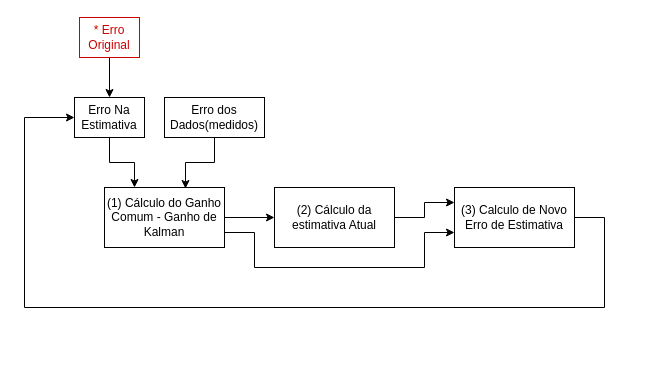
EngTarcisioSm/Kalman_Filter keeps this draw.io diagram as page "Diagrama" (1 of 3) of drawio/kalman_diagrama.drawio. Above is the earlier version. Source tidied: cells renumbered, new cells numbered last; positions are measured from the earlier drawing's top-left corner, leaving out a move shared by most shapes. Both pictures are drawn from the tidied source at 100%, with x=0, y=0 at pixel (24, 17).
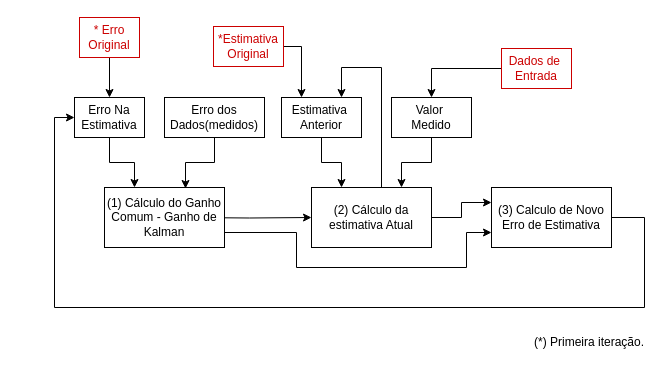
The same page after the edit.

The change refers to these unchanged cells:
```xml
<mxCell id="4" value="&lt;span&gt;(1) Cálculo do Ganho Comum - Ganho de Kalman&lt;/span&gt;" style="rounded=0;whiteSpace=wrap;html=1;" parent="1" vertex="1">
  <mxGeometry x="80" y="170" width="120" height="60" as="geometry" />
</mxCell>
<mxCell id="10" value="Erro Na Estimativa" style="rounded=0;whiteSpace=wrap;html=1;" parent="1" vertex="1">
  <mxGeometry x="50" y="80" width="70" height="40" as="geometry" />
</mxCell>
```

The edit, as a diff of the source:
```diff
@@
-    <mxCell id="2" style="edgeStyle=orthogonalEdgeStyle;rounded=0;jettySize=auto;html=1;entryX=0;entryY=0.5;entryDx=0;entryDy=0;" parent="1" edge="1" source="4" target="6">
-      <mxGeometry relative="1" as="geometry" />
+    <mxCell id="2" style="edgeStyle=orthogonalEdgeStyle;rounded=0;jettySize=auto;html=1;entryX=0;entryY=0.5;entryDx=0;entryDy=0;" parent="1" edge="1" target="6">
+      <mxGeometry relative="1" as="geometry">
+        <mxPoint x="162" y="200" as="sourcePoint" />
+      </mxGeometry>
     </mxCell>
-    <mxCell id="3" style="edgeStyle=orthogonalEdgeStyle;rounded=0;jettySize=auto;html=1;exitX=1;exitY=0.75;exitDx=0;exitDy=0;entryX=0;entryY=0.75;entryDx=0;entryDy=0;" parent="1" edge="1" source="4" target="8">
+    <mxCell id="3" style="edgeStyle=orthogonalEdgeStyle;rounded=0;jettySize=auto;html=1;exitX=1;exitY=0.75;exitDx=0;exitDy=0;entryX=0;entryY=0.75;entryDx=0;entryDy=0;" parent="1" edge="1" target="8">
       <mxGeometry relative="1" as="geometry">
+        <mxPoint x="162" y="215" as="sourcePoint" />
         <Array as="points">
-          <mxPoint x="230" y="215" />
-          <mxPoint x="230" y="250" />
-          <mxPoint x="400" y="250" />
-          <mxPoint x="400" y="215" />
+          <mxPoint x="272" y="215" />
+          <mxPoint x="272" y="250" />
+          <mxPoint x="442" y="250" />
+          <mxPoint x="442" y="215" />
         </Array>
       </mxGeometry>
     </mxCell>
@@
+    <mxCell id="15" style="edgeStyle=orthogonalEdgeStyle;rounded=0;jettySize=auto;html=1;entryX=0.75;entryY=0;entryDx=0;entryDy=0;" parent="1" edge="1" source="6" target="17">
+      <mxGeometry relative="1" as="geometry">
+        <Array as="points">
+          <mxPoint x="357" y="50" />
+          <mxPoint x="317" y="50" />
+        </Array>
+      </mxGeometry>
+    </mxCell>
     <mxCell id="6" value="(2) Cálculo da estimativa Atual" style="rounded=0;whiteSpace=wrap;html=1;" parent="1" vertex="1">
-      <mxGeometry x="250" y="170" width="120" height="60" as="geometry" />
+      <mxGeometry x="287" y="170" width="120" height="60" as="geometry" />
     </mxCell>
     <mxCell id="7" style="edgeStyle=orthogonalEdgeStyle;rounded=0;jettySize=auto;html=1;entryX=0;entryY=0.5;entryDx=0;entryDy=0;fontColor=#CC0000;" parent="1" edge="1" source="8" target="10">
       <mxGeometry relative="1" as="geometry">
         <Array as="points">
-          <mxPoint x="580" y="200" />
-          <mxPoint x="580" y="290" />
-          <mxPoint y="290" />
-          <mxPoint y="100" />
+          <mxPoint x="620" y="200" />
+          <mxPoint x="620" y="290" />
+          <mxPoint x="30" y="290" />
+          <mxPoint x="30" y="100" />
         </Array>
       </mxGeometry>
     </mxCell>
     <mxCell id="8" value="(3) Calculo de Novo Erro de Estimativa" style="rounded=0;whiteSpace=wrap;html=1;" parent="1" vertex="1">
-      <mxGeometry x="430" y="170" width="120" height="60" as="geometry" />
+      <mxGeometry x="467" y="170" width="120" height="60" as="geometry" />
     </mxCell>
@@
+    <mxCell id="16" style="edgeStyle=orthogonalEdgeStyle;rounded=0;jettySize=auto;html=1;entryX=0.25;entryY=0;entryDx=0;entryDy=0;" parent="1" edge="1" source="17" target="6">
+      <mxGeometry relative="1" as="geometry" />
+    </mxCell>
+    <mxCell id="17" value="Estimativa&amp;nbsp;&lt;br&gt;Anterior" style="rounded=0;whiteSpace=wrap;html=1;" parent="1" vertex="1">
+      <mxGeometry x="257" y="80" width="80" height="40" as="geometry" />
+    </mxCell>
+    <mxCell id="18" style="edgeStyle=orthogonalEdgeStyle;rounded=0;jettySize=auto;html=1;entryX=0.25;entryY=0;entryDx=0;entryDy=0;" parent="1" edge="1" source="19" target="17">
+      <mxGeometry relative="1" as="geometry">
+        <Array as="points">
+          <mxPoint x="277" y="29" />
+        </Array>
+      </mxGeometry>
+    </mxCell>
+    <mxCell id="19" value="*Estimativa&lt;br&gt;Original" style="rounded=0;whiteSpace=wrap;html=1;strokeColor=#CC0000;labelBackgroundColor=default;fontColor=#CC0000;" parent="1" vertex="1">
+      <mxGeometry x="189" y="9" width="70" height="40" as="geometry" />
+    </mxCell>
+    <mxCell id="20" style="edgeStyle=orthogonalEdgeStyle;rounded=0;jettySize=auto;html=1;entryX=0.75;entryY=0;entryDx=0;entryDy=0;" parent="1" edge="1" source="21" target="6">
+      <mxGeometry relative="1" as="geometry" />
+    </mxCell>
+    <mxCell id="21" value="Valor&amp;nbsp;&lt;br&gt;Medido" style="rounded=0;whiteSpace=wrap;html=1;" parent="1" vertex="1">
+      <mxGeometry x="367" y="80" width="80" height="40" as="geometry" />
+    </mxCell>
+    <mxCell id="22" style="edgeStyle=orthogonalEdgeStyle;rounded=0;jettySize=auto;html=1;" parent="1" edge="1" source="23" target="21">
+      <mxGeometry relative="1" as="geometry" />
+    </mxCell>
+    <mxCell id="23" value="Dados de&amp;nbsp;&lt;br&gt;Entrada" style="rounded=0;whiteSpace=wrap;html=1;strokeColor=#CC0000;labelBackgroundColor=default;fontColor=#CC0000;" parent="1" vertex="1">
+      <mxGeometry x="477" y="31" width="70" height="40" as="geometry" />
+    </mxCell>
+    <mxCell id="24" value="(*) Primeira iteração." style="text;html=1;strokeColor=none;fillColor=none;align=center;verticalAlign=middle;whiteSpace=wrap;rounded=0;" parent="1" vertex="1">
+      <mxGeometry x="500" y="310" width="130" height="30" as="geometry" />
+    </mxCell>
```
